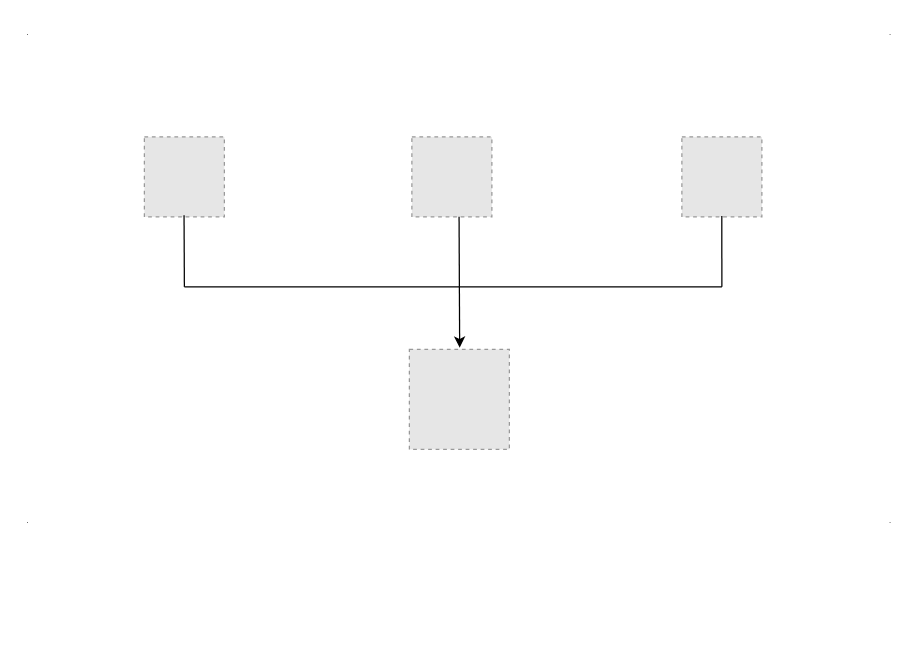
This is docs/CSSHTMLJS_REACTJS.drawio from churbr/react-basics, a draw.io file, before an edit. Source tidied: cells renumbered, new cells numbered last; positions are measured from the earlier drawing's top-left corner, leaving out a move shared by most shapes. Both pictures are drawn from the tidied source at 125%, with x=0, y=0 at pixel (21, 24). Pictures stored in the file or linked from it are replaced by grey dashed boxes.
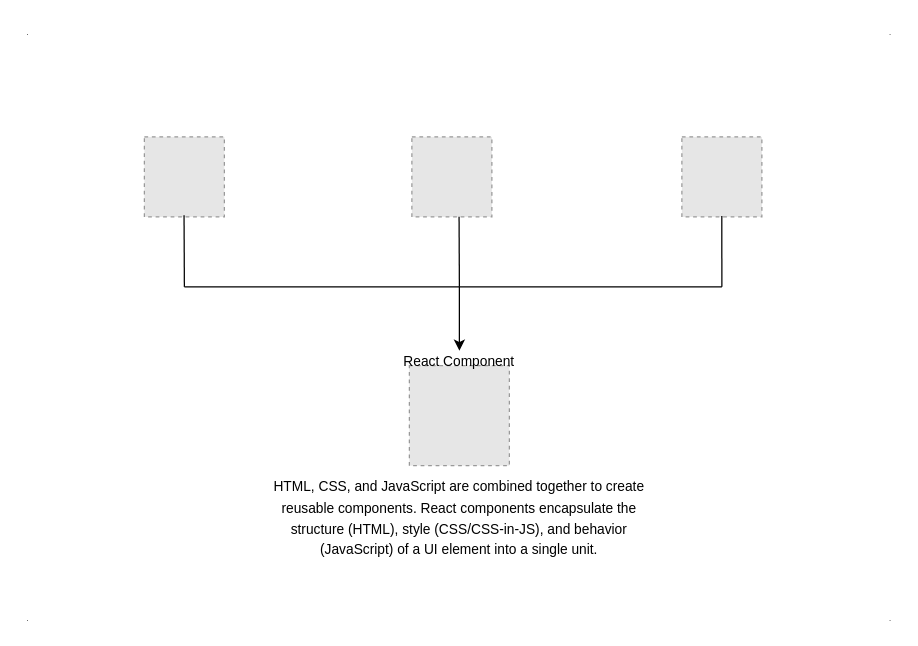
Above is the later version.

Change to the diagram source:
```diff
@@
     <mxCell id="3" style="fillColor=#E6E6E6;strokeColor=#999999;dashed=1;verticalLabelPosition=bottom;labelBackgroundColor=default;verticalAlign=top;" parent="1" vertex="1">
-      <mxGeometry x="310" y="260" width="80" height="80" as="geometry" />
+      <mxGeometry x="310" y="273" width="80" height="80" as="geometry" />
     </mxCell>
@@
-    <mxCell id="10" style="endArrow=classic;html=1;rounded=0;entryX=0.503;entryY=-0.017;entryDx=0;entryDy=0;entryPerimeter=0;" parent="1" edge="1" target="3">
+    <mxCell id="10" style="endArrow=classic;html=1;rounded=0;entryX=0.5;entryY=0.054;entryDx=0;entryDy=0;entryPerimeter=0;" parent="1" edge="1" target="16">
       <mxGeometry relative="1" as="geometry">
         <mxPoint x="350" y="210" as="sourcePoint" />
       </mxGeometry>
     </mxCell>
@@
     <mxCell id="13" value="&lt;font style=&quot;font-size: 6px;&quot;&gt;.&lt;/font&gt;" style="text;html=1;strokeColor=none;fillColor=none;align=center;verticalAlign=middle;whiteSpace=wrap;rounded=0;" parent="1" vertex="1">
-      <mxGeometry x="690" y="390" width="10" height="10" as="geometry" />
+      <mxGeometry x="690" y="469" width="10" height="10" as="geometry" />
     </mxCell>
     <mxCell id="14" value="&lt;font style=&quot;font-size: 6px;&quot;&gt;.&lt;/font&gt;" style="text;html=1;strokeColor=none;fillColor=none;align=center;verticalAlign=middle;whiteSpace=wrap;rounded=0;" parent="1" vertex="1">
-      <mxGeometry y="390" width="10" height="10" as="geometry" />
+      <mxGeometry y="469" width="10" height="10" as="geometry" />
     </mxCell>
+    <mxCell id="15" value="&lt;font style=&quot;font-size: 11px;&quot;&gt;HTML, CSS, and JavaScript are combined together to create reusable components. React components encapsulate the structure (HTML), style (CSS/CSS-in-JS), and behavior (JavaScript) of a UI element into a single unit.&lt;/font&gt;" style="text;html=1;strokeColor=none;fillColor=none;align=center;verticalAlign=middle;whiteSpace=wrap;rounded=0;fontSize=14;" parent="1" vertex="1">
+      <mxGeometry x="195" y="349" width="310" height="90" as="geometry" />
+    </mxCell>
+    <mxCell id="16" value="&lt;font style=&quot;font-size: 11px;&quot;&gt;React Component&lt;/font&gt;" style="text;html=1;strokeColor=none;fillColor=none;align=center;verticalAlign=middle;whiteSpace=wrap;rounded=0;fontSize=11;" parent="1" vertex="1">
+      <mxGeometry x="300" y="260" width="100" height="20" as="geometry" />
+    </mxCell>
```
